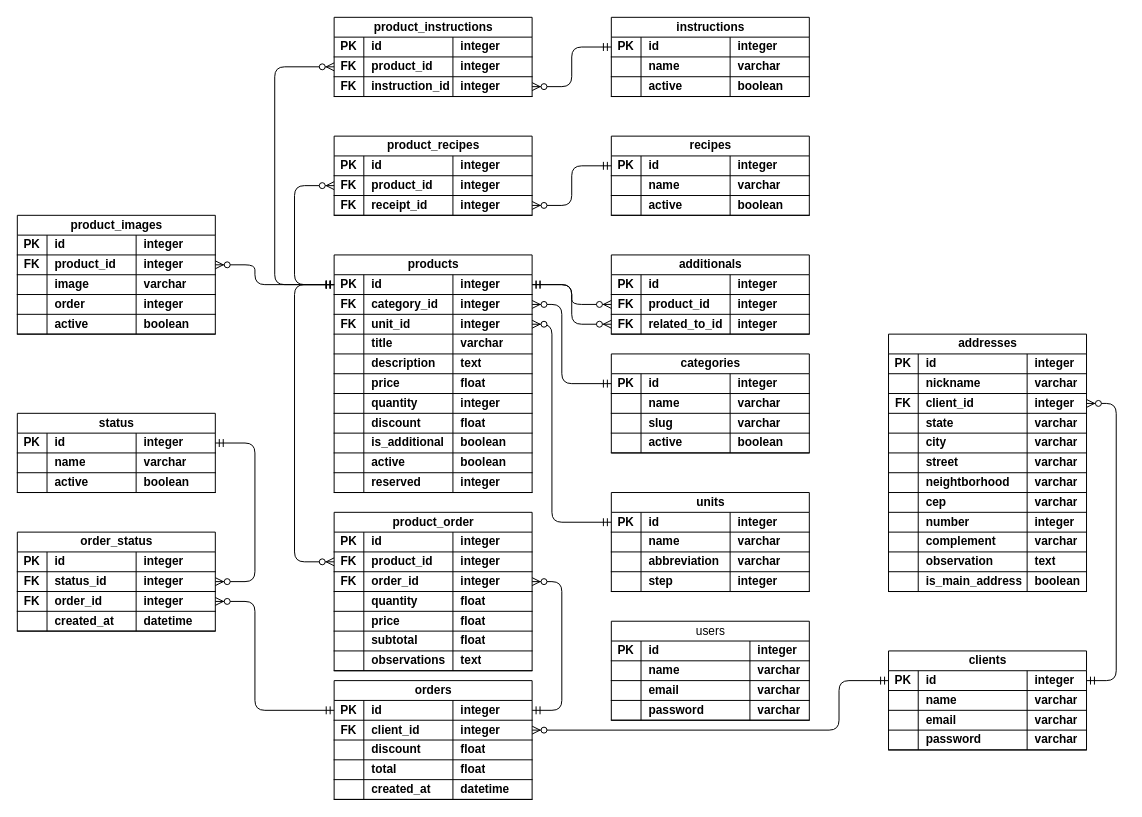
This is database/mer/UML.drawio from univesp-pium/apprestaurantes, a draw.io file, before an edit. Source tidied: cells renumbered, new cells numbered last; positions are measured from the earlier drawing's top-left corner, leaving out a move shared by most shapes. Both pictures are drawn from the tidied source at 99%, with x=0, y=0 at pixel (17, 17).
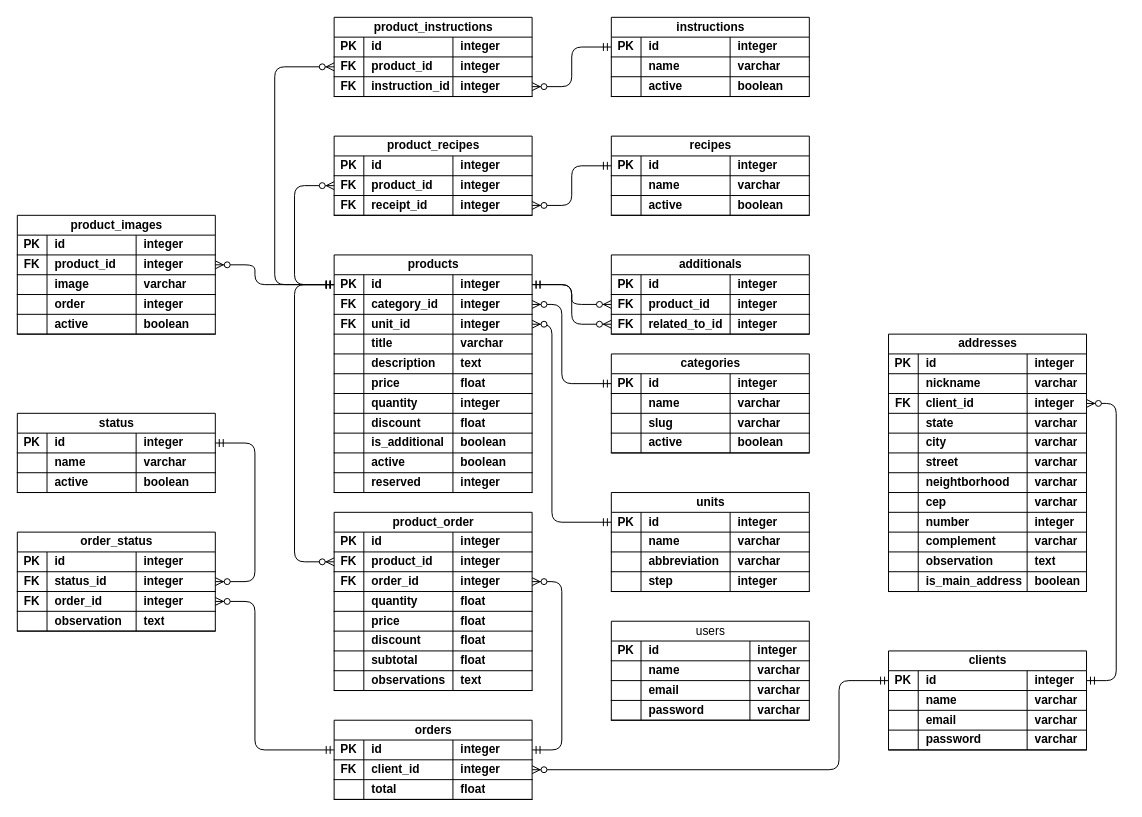
The same diagram, later.

The change refers to these unchanged cells:
```xml
<mxCell id="66" style="shape=tableRow;horizontal=0;startSize=0;swimlaneHead=0;swimlaneBody=0;fillColor=none;top=0;left=0;right=0;bottom=1;fontFamily=Helvetica;fontSize=12;fontColor=default;labelBackgroundColor=default;" parent="53" vertex="1">
  <mxGeometry y="80" width="200" height="20" as="geometry" />
</mxCell>
```

Diff of the diagram source:
```diff
@@
     <mxCell id="19" value="orders" style="shape=table;startSize=20;childLayout=tableLayout;rowLines=0;fontStyle=1;align=center;html=1;fontFamily=Helvetica;fontSize=12;fontColor=default;labelBackgroundColor=default;" parent="1" vertex="1">
-      <mxGeometry x="320" y="670" width="200" height="120" as="geometry" />
+      <mxGeometry x="320" y="710" width="200" height="80" as="geometry" />
     </mxCell>
@@
-    <mxCell id="28" style="shape=tableRow;horizontal=0;startSize=0;swimlaneHead=0;swimlaneBody=0;fillColor=none;top=0;left=0;right=0;bottom=1;fontFamily=Helvetica;fontSize=12;fontColor=default;labelBackgroundColor=default;" parent="19" vertex="1">
-      <mxGeometry y="60" width="200" height="20" as="geometry" />
-    </mxCell>
-    <mxCell id="29" style="shape=partialRectangle;fillColor=none;top=0;left=0;bottom=0;right=0;fontStyle=1;overflow=hidden;whiteSpace=wrap;html=1;fontFamily=Helvetica;fontSize=12;fontColor=default;labelBackgroundColor=default;" parent="28" vertex="1">
-      <mxGeometry width="30" height="20" as="geometry" />
-    </mxCell>
-    <mxCell id="30" value="discount" style="shape=partialRectangle;fillColor=none;top=0;left=0;bottom=0;right=0;align=left;spacingLeft=6;fontStyle=1;overflow=hidden;whiteSpace=wrap;html=1;fontFamily=Helvetica;fontSize=12;fontColor=default;labelBackgroundColor=default;" parent="28" vertex="1">
-      <mxGeometry x="30" width="90" height="20" as="geometry" />
-    </mxCell>
-    <mxCell id="31" value="float" style="shape=partialRectangle;fillColor=none;top=0;left=0;bottom=0;right=0;align=left;spacingLeft=6;fontStyle=1;overflow=hidden;whiteSpace=wrap;html=1;fontFamily=Helvetica;fontSize=12;fontColor=default;labelBackgroundColor=default;" parent="28" vertex="1">
-      <mxGeometry x="120" width="80" height="20" as="geometry" />
-    </mxCell>
     <mxCell id="32" style="shape=tableRow;horizontal=0;startSize=0;swimlaneHead=0;swimlaneBody=0;fillColor=none;top=0;left=0;right=0;bottom=1;fontFamily=Helvetica;fontSize=12;fontColor=default;labelBackgroundColor=default;" parent="19" vertex="1">
-      <mxGeometry y="80" width="200" height="20" as="geometry" />
+      <mxGeometry y="60" width="200" height="20" as="geometry" />
     </mxCell>
@@
-    <mxCell id="36" style="shape=tableRow;horizontal=0;startSize=0;swimlaneHead=0;swimlaneBody=0;fillColor=none;top=0;left=0;right=0;bottom=1;fontFamily=Helvetica;fontSize=12;fontColor=default;labelBackgroundColor=default;" parent="19" vertex="1">
-      <mxGeometry y="100" width="200" height="20" as="geometry" />
-    </mxCell>
-    <mxCell id="37" style="shape=partialRectangle;fillColor=none;top=0;left=0;bottom=0;right=0;fontStyle=1;overflow=hidden;whiteSpace=wrap;html=1;fontFamily=Helvetica;fontSize=12;fontColor=default;labelBackgroundColor=default;" parent="36" vertex="1">
-      <mxGeometry width="30" height="20" as="geometry" />
-    </mxCell>
-    <mxCell id="38" value="created_at" style="shape=partialRectangle;fillColor=none;top=0;left=0;bottom=0;right=0;align=left;spacingLeft=6;fontStyle=1;overflow=hidden;whiteSpace=wrap;html=1;fontFamily=Helvetica;fontSize=12;fontColor=default;labelBackgroundColor=default;" parent="36" vertex="1">
-      <mxGeometry x="30" width="90" height="20" as="geometry" />
-    </mxCell>
-    <mxCell id="39" value="datetime" style="shape=partialRectangle;fillColor=none;top=0;left=0;bottom=0;right=0;align=left;spacingLeft=6;fontStyle=1;overflow=hidden;whiteSpace=wrap;html=1;fontFamily=Helvetica;fontSize=12;fontColor=default;labelBackgroundColor=default;" parent="36" vertex="1">
-      <mxGeometry x="120" width="80" height="20" as="geometry" />
-    </mxCell>
@@
-    <mxCell id="68" value="created_at" style="shape=partialRectangle;fillColor=none;top=0;left=0;bottom=0;right=0;align=left;spacingLeft=6;fontStyle=1;overflow=hidden;whiteSpace=wrap;html=1;fontFamily=Helvetica;fontSize=12;fontColor=default;labelBackgroundColor=default;" parent="66" vertex="1">
+    <mxCell id="68" value="observation" style="shape=partialRectangle;fillColor=none;top=0;left=0;bottom=0;right=0;align=left;spacingLeft=6;fontStyle=1;overflow=hidden;whiteSpace=wrap;html=1;fontFamily=Helvetica;fontSize=12;fontColor=default;labelBackgroundColor=default;" parent="66" vertex="1">
       <mxGeometry x="30" width="90" height="20" as="geometry" />
     </mxCell>
-    <mxCell id="69" value="datetime" style="shape=partialRectangle;fillColor=none;top=0;left=0;bottom=0;right=0;align=left;spacingLeft=6;fontStyle=1;overflow=hidden;whiteSpace=wrap;html=1;fontFamily=Helvetica;fontSize=12;fontColor=default;labelBackgroundColor=default;" parent="66" vertex="1">
+    <mxCell id="69" value="text" style="shape=partialRectangle;fillColor=none;top=0;left=0;bottom=0;right=0;align=left;spacingLeft=6;fontStyle=1;overflow=hidden;whiteSpace=wrap;html=1;fontFamily=Helvetica;fontSize=12;fontColor=default;labelBackgroundColor=default;" parent="66" vertex="1">
       <mxGeometry x="120" width="80" height="20" as="geometry" />
     </mxCell>
     <mxCell id="70" value="&lt;span style=&quot;color: rgb(0, 0, 0);&quot;&gt;product_&lt;/span&gt;order" style="shape=table;startSize=20;childLayout=tableLayout;rowLines=0;fontStyle=1;align=center;html=1;fontFamily=Helvetica;fontSize=12;fontColor=default;labelBackgroundColor=default;" parent="1" vertex="1">
-      <mxGeometry x="320" y="500" width="200" height="160" as="geometry" />
+      <mxGeometry x="320" y="500" width="200" height="180" as="geometry" />
     </mxCell>
@@
+    <mxCell id="36" style="shape=tableRow;horizontal=0;startSize=0;swimlaneHead=0;swimlaneBody=0;fillColor=none;top=0;left=0;right=0;bottom=1;fontFamily=Helvetica;fontSize=12;fontColor=default;labelBackgroundColor=default;" parent="70" vertex="1">
+      <mxGeometry y="100" width="200" height="20" as="geometry" />
+    </mxCell>
+    <mxCell id="345" style="shape=partialRectangle;fillColor=none;top=0;left=0;bottom=0;right=0;fontStyle=1;overflow=hidden;whiteSpace=wrap;html=1;fontFamily=Helvetica;fontSize=12;fontColor=default;labelBackgroundColor=default;" parent="36" vertex="1">
+      <mxGeometry width="30" height="20" as="geometry" />
+    </mxCell>
+    <mxCell id="346" value="price" style="shape=partialRectangle;fillColor=none;top=0;left=0;bottom=0;right=0;align=left;spacingLeft=6;fontStyle=1;overflow=hidden;whiteSpace=wrap;html=1;fontFamily=Helvetica;fontSize=12;fontColor=default;labelBackgroundColor=default;" parent="36" vertex="1">
+      <mxGeometry x="30" width="90" height="20" as="geometry" />
+    </mxCell>
+    <mxCell id="31" value="float" style="shape=partialRectangle;fillColor=none;top=0;left=0;bottom=0;right=0;align=left;spacingLeft=6;fontStyle=1;overflow=hidden;whiteSpace=wrap;html=1;fontFamily=Helvetica;fontSize=12;fontColor=default;labelBackgroundColor=default;" parent="36" vertex="1">
+      <mxGeometry x="120" width="80" height="20" as="geometry" />
+    </mxCell>
     <mxCell id="87" style="shape=tableRow;horizontal=0;startSize=0;swimlaneHead=0;swimlaneBody=0;fillColor=none;top=0;left=0;right=0;bottom=1;fontFamily=Helvetica;fontSize=12;fontColor=default;labelBackgroundColor=default;" parent="70" vertex="1">
-      <mxGeometry y="100" width="200" height="20" as="geometry" />
+      <mxGeometry y="120" width="200" height="20" as="geometry" />
     </mxCell>
@@
-    <mxCell id="89" value="price" style="shape=partialRectangle;fillColor=none;top=0;left=0;bottom=0;right=0;align=left;spacingLeft=6;fontStyle=1;overflow=hidden;whiteSpace=wrap;html=1;fontFamily=Helvetica;fontSize=12;fontColor=default;labelBackgroundColor=default;" parent="87" vertex="1">
+    <mxCell id="89" value="discount" style="shape=partialRectangle;fillColor=none;top=0;left=0;bottom=0;right=0;align=left;spacingLeft=6;fontStyle=1;overflow=hidden;whiteSpace=wrap;html=1;fontFamily=Helvetica;fontSize=12;fontColor=default;labelBackgroundColor=default;" parent="87" vertex="1">
       <mxGeometry x="30" width="90" height="20" as="geometry" />
     </mxCell>
@@
     <mxCell id="91" style="shape=tableRow;horizontal=0;startSize=0;swimlaneHead=0;swimlaneBody=0;fillColor=none;top=0;left=0;right=0;bottom=1;fontFamily=Helvetica;fontSize=12;fontColor=default;labelBackgroundColor=default;" parent="70" vertex="1">
-      <mxGeometry y="120" width="200" height="20" as="geometry" />
+      <mxGeometry y="140" width="200" height="20" as="geometry" />
     </mxCell>
@@
     <mxCell id="95" style="shape=tableRow;horizontal=0;startSize=0;swimlaneHead=0;swimlaneBody=0;fillColor=none;top=0;left=0;right=0;bottom=1;fontFamily=Helvetica;fontSize=12;fontColor=default;labelBackgroundColor=default;" parent="70" vertex="1">
-      <mxGeometry y="140" width="200" height="20" as="geometry" />
+      <mxGeometry y="160" width="200" height="20" as="geometry" />
     </mxCell>
```
